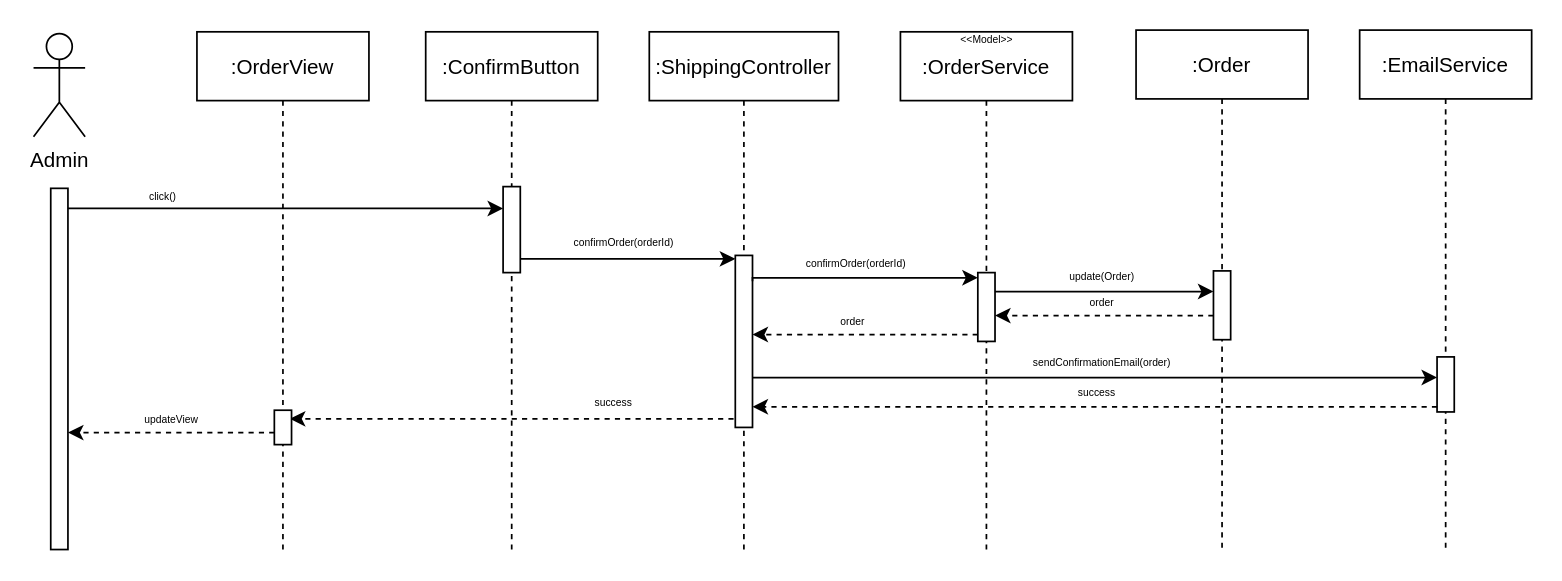
Earlier version of the draw.io diagram page "Confirm" (1 of 2) of Docs/Requirements Analysis/Diagrams/Sequence Diagrams/Admin/Winer.Admin.GestioneOrdini.drawio (Gprisco/winer-unisa). Source tidied: cells renumbered, new cells numbered last; positions are measured from the earlier drawing's top-left corner, leaving out a move shared by most shapes. Both pictures are drawn from the tidied source at 172%, with x=0, y=0 at pixel (33, 29).
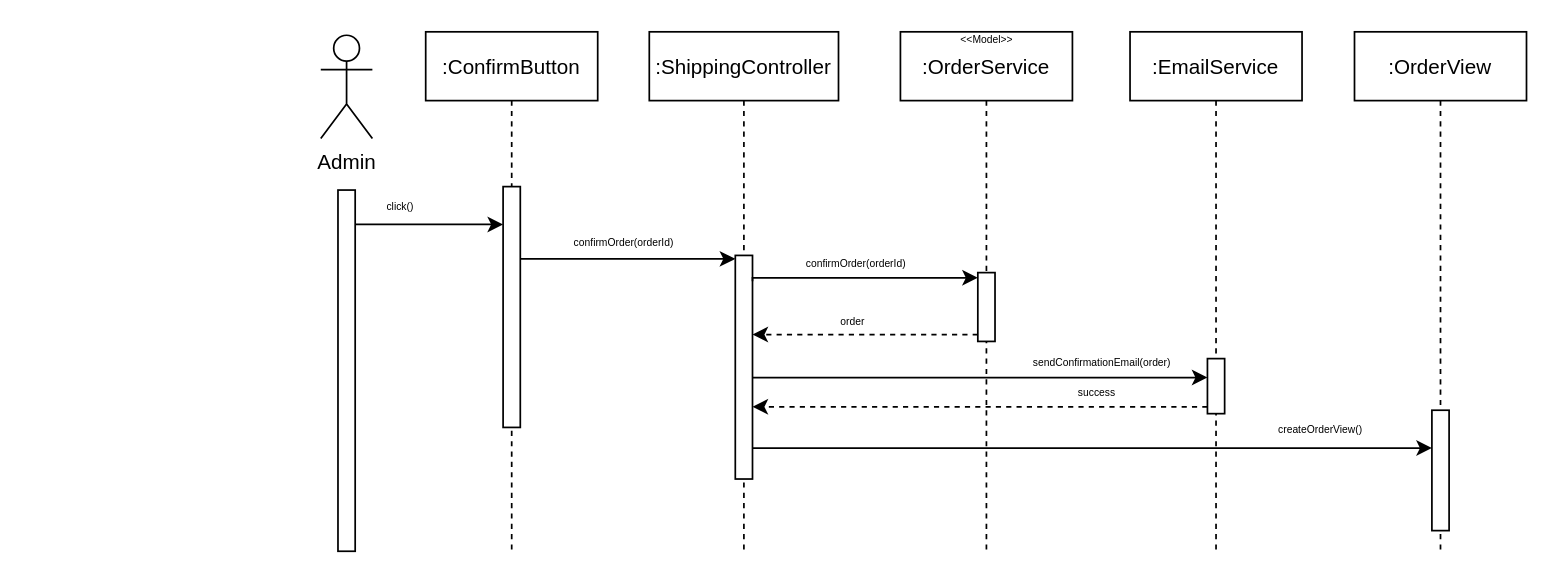
The same diagram, later.

Unchanged cells that the change refers to:
```xml
<mxCell id="2" value=":ConfirmButton" style="shape=umlLifeline;perimeter=lifelinePerimeter;rounded=0;shadow=0;strokeWidth=1;" parent="1" vertex="1">
  <mxGeometry x="228" y="1" width="100" height="301" as="geometry" />
</mxCell>
<mxCell id="6" value=":ShippingController" style="shape=umlLifeline;perimeter=lifelinePerimeter;rounded=0;shadow=0;strokeWidth=1;" parent="1" vertex="1">
  <mxGeometry x="358" y="1" width="110" height="301" as="geometry" />
</mxCell>
<mxCell id="9" style="points=[];perimeter=orthogonalPerimeter;rounded=0;shadow=0;strokeWidth=1;" parent="8" vertex="1">
  <mxGeometry x="45" y="140" width="10" height="40" as="geometry" />
</mxCell>
<mxCell id="32" style="points=[];perimeter=orthogonalPerimeter;rounded=0;shadow=0;strokeWidth=1;" parent="31" vertex="1">
  <mxGeometry x="45" y="190" width="10" height="32" as="geometry" />
</mxCell>
```

The edit, as a diff of the source:
```diff
@@
     <mxCell id="3" style="points=[];perimeter=orthogonalPerimeter;rounded=0;shadow=0;strokeWidth=1;" parent="2" vertex="1">
-      <mxGeometry x="45" y="90" width="10" height="50" as="geometry" />
+      <mxGeometry x="45" y="90" width="10" height="140" as="geometry" />
     </mxCell>
     <mxCell id="4" value="Admin" style="shape=umlActor;verticalLabelPosition=bottom;verticalAlign=top;html=1;" parent="1" vertex="1">
-      <mxGeometry y="2" width="30" height="60" as="geometry" />
+      <mxGeometry x="167" y="3" width="30" height="60" as="geometry" />
     </mxCell>
+    <mxCell id="37" style="edgeStyle=orthogonalEdgeStyle;rounded=0;jettySize=auto;html=1;" parent="1" edge="1" source="5" target="3">
+      <mxGeometry relative="1" as="geometry">
+        <Array as="points">
+          <mxPoint x="228" y="113" />
+          <mxPoint x="228" y="113" />
+        </Array>
+      </mxGeometry>
+    </mxCell>
     <mxCell id="5" style="points=[];perimeter=orthogonalPerimeter;rounded=0;shadow=0;strokeWidth=1;" parent="1" vertex="1">
-      <mxGeometry x="10" y="92" width="10" height="210" as="geometry" />
+      <mxGeometry x="177" y="93" width="10" height="210" as="geometry" />
     </mxCell>
@@
     <mxCell id="7" style="points=[];perimeter=orthogonalPerimeter;rounded=0;shadow=0;strokeWidth=1;" parent="6" vertex="1">
-      <mxGeometry x="50" y="130" width="10" height="100" as="geometry" />
+      <mxGeometry x="50" y="130" width="10" height="130" as="geometry" />
     </mxCell>
@@
-    <mxCell id="17" value="success" style="text;html=1;align=center;verticalAlign=middle;strokeColor=none;fillColor=none;fontSize=6;" parent="1" vertex="1">
-      <mxGeometry x="317" y="212" width="40" height="10" as="geometry" />
-    </mxCell>
-    <mxCell id="18" style="edgeStyle=orthogonalEdgeStyle;rounded=0;orthogonalLoop=1;jettySize=auto;html=1;dashed=1;" parent="1" edge="1">
-      <mxGeometry relative="1" as="geometry">
-        <mxPoint x="407" y="226" as="sourcePoint" />
-        <mxPoint x="149" y="226" as="targetPoint" />
-        <Array as="points">
-          <mxPoint x="210" y="226" />
-          <mxPoint x="210" y="226" />
-        </Array>
-      </mxGeometry>
-    </mxCell>
     <mxCell id="19" value=":OrderView" style="shape=umlLifeline;perimeter=lifelinePerimeter;rounded=0;shadow=0;strokeWidth=1;" parent="1" vertex="1">
-      <mxGeometry x="95" y="1" width="100" height="301" as="geometry" />
+      <mxGeometry x="768" y="1" width="100" height="301" as="geometry" />
     </mxCell>
     <mxCell id="20" style="points=[];perimeter=orthogonalPerimeter;rounded=0;shadow=0;strokeWidth=1;" parent="19" vertex="1">
-      <mxGeometry x="45" y="220" width="10" height="20" as="geometry" />
+      <mxGeometry x="45" y="220" width="10" height="70" as="geometry" />
     </mxCell>
-    <mxCell id="21" style="edgeStyle=orthogonalEdgeStyle;rounded=0;orthogonalLoop=1;jettySize=auto;html=1;" parent="19" edge="1">
-      <mxGeometry relative="1" as="geometry">
-        <mxPoint x="-75" y="102.7" as="sourcePoint" />
-        <mxPoint x="178" y="102.7" as="targetPoint" />
-        <Array as="points">
-          <mxPoint x="-75" y="102.7" />
-        </Array>
-      </mxGeometry>
-    </mxCell>
-    <mxCell id="22" value="click()" style="text;html=1;align=center;verticalAlign=middle;strokeColor=none;fillColor=none;fontSize=6;" parent="19" vertex="1">
-      <mxGeometry x="-35" y="91" width="30" height="10" as="geometry" />
-    </mxCell>
-    <mxCell id="23" value=":Order" style="shape=umlLifeline;perimeter=lifelinePerimeter;rounded=0;shadow=0;strokeWidth=1;" parent="1" vertex="1">
-      <mxGeometry x="641" width="100" height="302" as="geometry" />
-    </mxCell>
-    <mxCell id="24" style="points=[];perimeter=orthogonalPerimeter;rounded=0;shadow=0;strokeWidth=1;" parent="23" vertex="1">
-      <mxGeometry x="45" y="140" width="10" height="40" as="geometry" />
-    </mxCell>
-    <mxCell id="25" style="edgeStyle=orthogonalEdgeStyle;rounded=0;jettySize=auto;html=1;fontSize=6;" parent="1" edge="1" source="9" target="24">
-      <mxGeometry relative="1" as="geometry">
-        <Array as="points">
-          <mxPoint x="623" y="152" />
-          <mxPoint x="623" y="152" />
-        </Array>
-      </mxGeometry>
-    </mxCell>
-    <mxCell id="26" value="update(Order)" style="text;html=1;align=center;verticalAlign=middle;strokeColor=none;fillColor=none;fontSize=6;" parent="1" vertex="1">
-      <mxGeometry x="596" y="139" width="50" height="10" as="geometry" />
-    </mxCell>
-    <mxCell id="27" style="edgeStyle=orthogonalEdgeStyle;rounded=0;orthogonalLoop=1;jettySize=auto;html=1;dashed=1;" parent="1" edge="1">
-      <mxGeometry relative="1" as="geometry">
-        <mxPoint x="686" y="166" as="sourcePoint" />
-        <mxPoint x="559" y="166" as="targetPoint" />
-        <Array as="points">
-          <mxPoint x="686" y="166" />
-        </Array>
-      </mxGeometry>
-    </mxCell>
-    <mxCell id="28" value="order" style="text;html=1;align=center;verticalAlign=middle;strokeColor=none;fillColor=none;fontSize=6;" parent="1" vertex="1">
-      <mxGeometry x="605.5" y="154.4" width="30" height="10" as="geometry" />
-    </mxCell>
-    <mxCell id="29" style="edgeStyle=orthogonalEdgeStyle;rounded=0;orthogonalLoop=1;jettySize=auto;html=1;fontSize=6;dashed=1;" parent="1" edge="1">
-      <mxGeometry relative="1" as="geometry">
-        <mxPoint x="140" y="234" as="sourcePoint" />
-        <mxPoint x="20" y="234" as="targetPoint" />
-        <Array as="points">
-          <mxPoint x="51" y="234" />
-          <mxPoint x="51" y="234" />
-        </Array>
-      </mxGeometry>
-    </mxCell>
-    <mxCell id="30" value="updateView" style="text;html=1;align=center;verticalAlign=middle;strokeColor=none;fillColor=none;fontSize=6;" parent="1" vertex="1">
-      <mxGeometry x="55" y="222" width="50" height="10" as="geometry" />
-    </mxCell>
     <mxCell id="31" value=":EmailService" style="shape=umlLifeline;perimeter=lifelinePerimeter;rounded=0;shadow=0;strokeWidth=1;" parent="1" vertex="1">
-      <mxGeometry x="771" width="100" height="301" as="geometry" />
+      <mxGeometry x="637.5" y="1" width="100" height="301" as="geometry" />
     </mxCell>
@@
-    <mxCell id="35" style="edgeStyle=orthogonalEdgeStyle;rounded=0;orthogonalLoop=1;jettySize=auto;html=1;fontSize=6;dashed=1;" parent="1" edge="1">
+    <mxCell id="35" style="edgeStyle=orthogonalEdgeStyle;rounded=0;jettySize=auto;html=1;fontSize=6;dashed=1;" parent="1" edge="1" source="32">
       <mxGeometry relative="1" as="geometry">
-        <mxPoint x="816" y="219" as="sourcePoint" />
         <mxPoint x="418" y="219" as="targetPoint" />
         <Array as="points">
-          <mxPoint x="721" y="219" />
-          <mxPoint x="721" y="219" />
+          <mxPoint x="618" y="219" />
+          <mxPoint x="618" y="219" />
         </Array>
       </mxGeometry>
     </mxCell>
@@
+    <mxCell id="22" value="click()" style="text;html=1;align=center;verticalAlign=middle;strokeColor=none;fillColor=none;fontSize=6;" parent="1" vertex="1">
+      <mxGeometry x="198" y="98" width="30" height="10" as="geometry" />
+    </mxCell>
+    <mxCell id="38" style="edgeStyle=orthogonalEdgeStyle;rounded=0;jettySize=auto;html=1;" parent="1" edge="1" source="7" target="20">
+      <mxGeometry relative="1" as="geometry">
+        <Array as="points">
+          <mxPoint x="708" y="243" />
+          <mxPoint x="708" y="243" />
+        </Array>
+      </mxGeometry>
+    </mxCell>
+    <mxCell id="39" value="createOrderView()" style="text;html=1;align=center;verticalAlign=middle;strokeColor=none;fillColor=none;fontSize=6;" parent="1" vertex="1">
+      <mxGeometry x="718" y="228" width="60" height="10" as="geometry" />
+    </mxCell>
```
